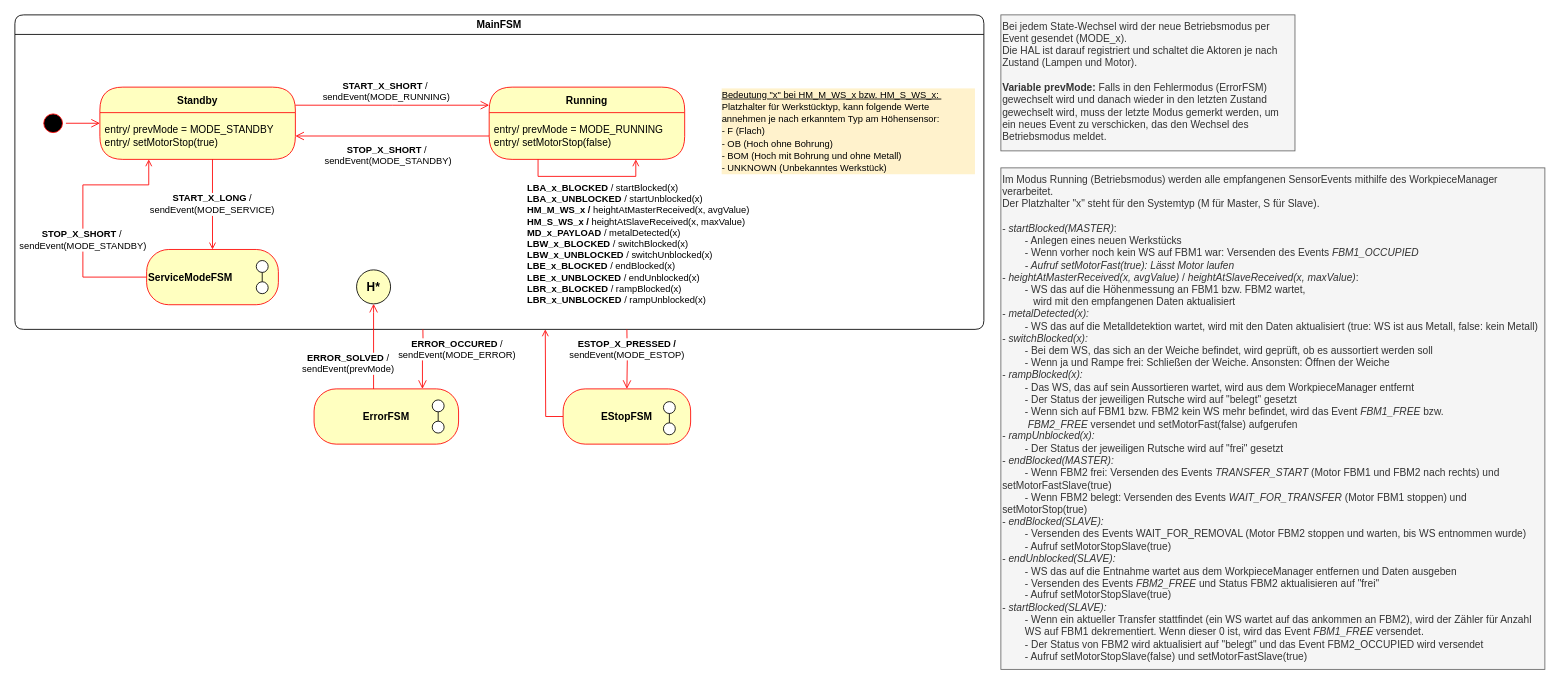
u2knwy/ESEP-2023SoSe-Team-2-1 keeps this draw.io diagram as page "main" (2 of 7) of docs/diagrams/fsm/state_machines.drawio. Above is the earlier version. Source tidied: cells renumbered, new cells numbered last; positions are measured from the earlier drawing's top-left corner, leaving out a move shared by most shapes. Both pictures are drawn from the tidied source at 85%, with x=0, y=0 at pixel (14, 14).
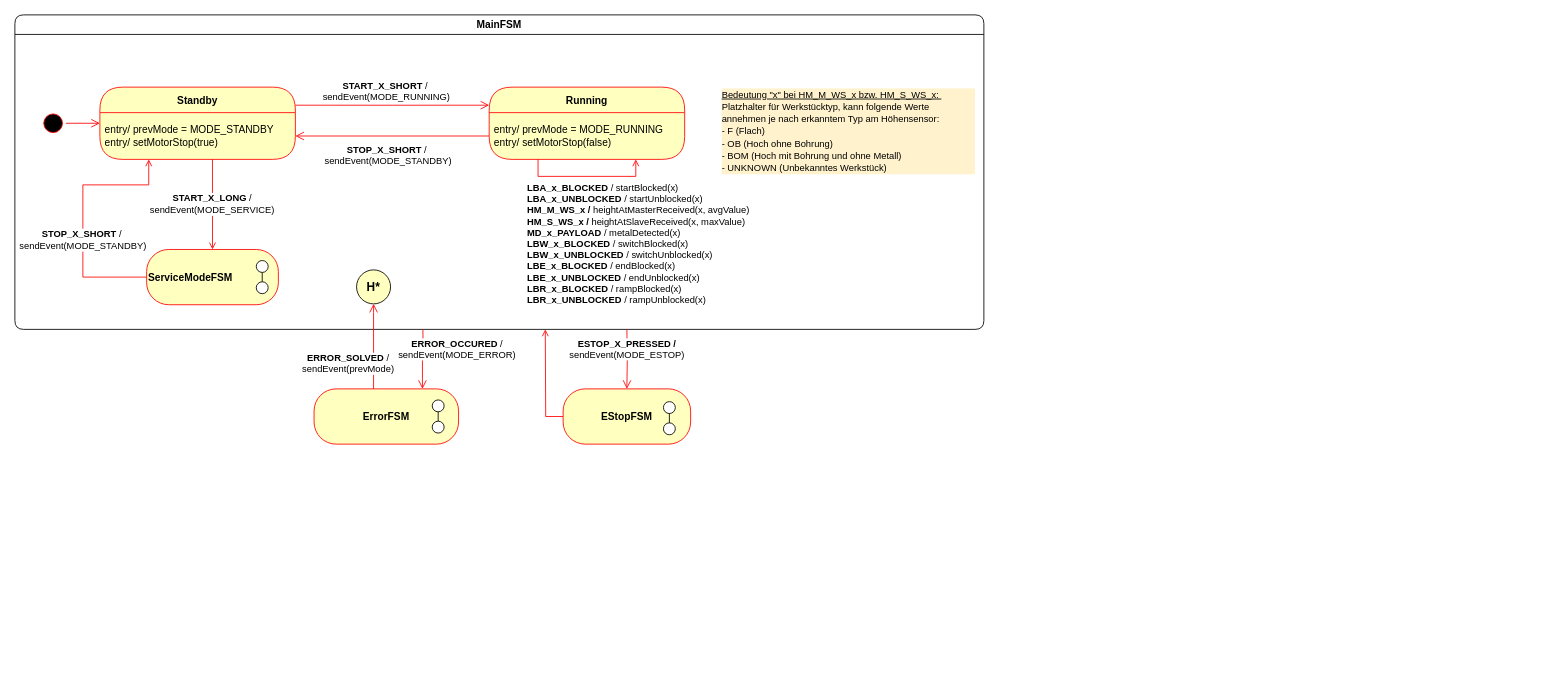
After the change.

The edit, as a diff of the source:
```diff
@@
-    <mxCell id="36" value="Bei jedem State-Wechsel wird der neue Betriebsmodus per Event gesendet (MODE_x).&lt;br&gt;Die HAL ist darauf registriert und schaltet die Aktoren je nach Zustand (Lampen und Motor).&lt;br&gt;&lt;br&gt;&lt;b&gt;Variable prevMode: &lt;/b&gt;Falls in den Fehlermodus (ErrorFSM) gewechselt wird und danach wieder in den letzten Zustand gewechselt wird, muss der letzte Modus gemerkt werden, um ein neues Event zu verschicken, das den Wechsel des Betriebsmodus meldet." style="text;html=1;strokeColor=#666666;fillColor=#f5f5f5;align=left;verticalAlign=top;whiteSpace=wrap;rounded=0;fontColor=#333333;" parent="1" vertex="1">
-      <mxGeometry x="1160" width="346" height="160" as="geometry" />
-    </mxCell>
-    <mxCell id="37" value="Im Modus Running (Betriebsmodus) werden alle empfangenen SensorEvents mithilfe des WorkpieceManager verarbeitet.&lt;br&gt;Der Platzhalter &quot;x&quot; steht für den Systemtyp (M für Master, S für Slave).&lt;br&gt;&lt;br&gt;- &lt;i&gt;startBlocked(MASTER)&lt;/i&gt;: &lt;br&gt;&lt;span style=&quot;white-space: pre;&quot;&gt;&#9;&lt;/span&gt;- Anlegen eines neuen Werkstücks&lt;br&gt;&lt;span style=&quot;white-space: pre;&quot;&gt;&#9;&lt;/span&gt;- Wenn vorher noch kein WS auf FBM1 war: Versenden des Events &lt;i&gt;FBM1_OCCUPIED&lt;br&gt;&lt;span style=&quot;white-space: pre;&quot;&gt;&#9;&lt;/span&gt;- Aufruf setMotorFast(true): Lässt Motor laufen&lt;br&gt;&lt;/i&gt;- &lt;i&gt;heightAtMasterReceived(x, avgValue)&lt;/i&gt; / &lt;i&gt;heightAtSlaveReceived(x, maxValue)&lt;/i&gt;:&lt;br&gt;&lt;span style=&quot;white-space: pre;&quot;&gt;&#9;&lt;/span&gt;- WS das auf die Höhenmessung an FBM1 bzw. FBM2 wartet, &lt;br&gt;&lt;span style=&quot;white-space: pre;&quot;&gt;&#9;&lt;/span&gt;&amp;nbsp; &amp;nbsp;wird mit den empfangenen Daten aktualisiert&lt;br&gt;- &lt;i&gt;metalDetected(x):&lt;/i&gt;&lt;br&gt;&lt;span style=&quot;white-space: pre;&quot;&gt;&#9;&lt;/span&gt;- WS das auf die Metalldetektion wartet, wird mit den Daten aktualisiert (true: WS ist aus Metall, false: kein Metall)&lt;br&gt;- &lt;i&gt;switchBlocked(x):&lt;/i&gt;&lt;br&gt;&lt;span style=&quot;white-space: pre;&quot;&gt;&#9;&lt;/span&gt;- Bei dem WS, das sich an der Weiche befindet, wird geprüft, ob es aussortiert werden soll&lt;br&gt;&lt;span style=&quot;white-space: pre;&quot;&gt;&#9;&lt;/span&gt;- Wenn ja und Rampe frei: Schließen der Weiche. Ansonsten: Öffnen der Weiche&lt;br&gt;- &lt;i&gt;rampBlocked(x):&lt;/i&gt;&lt;br&gt;&lt;span style=&quot;white-space: pre;&quot;&gt;&#9;&lt;/span&gt;- Das WS, das auf sein Aussortieren wartet, wird aus dem WorkpieceManager entfernt&lt;br&gt;&lt;span style=&quot;white-space: pre;&quot;&gt;&#9;&lt;/span&gt;- Der Status der jeweiligen Rutsche wird auf &quot;belegt&quot; gesetzt&lt;br&gt;&lt;span style=&quot;white-space: pre;&quot;&gt;&#9;&lt;/span&gt;- Wenn sich auf FBM1 bzw. FBM2 kein WS mehr befindet, wird das Event &lt;i&gt;FBM1_FREE &lt;/i&gt;bzw. &lt;span style=&quot;white-space: pre;&quot;&gt;&#9;&lt;/span&gt;&amp;nbsp;&lt;i&gt;FBM2_FREE&amp;nbsp;&lt;/i&gt;versendet und setMotorFast(false) aufgerufen&lt;br&gt;- &lt;i&gt;rampUnblocked(x):&lt;/i&gt;&lt;br&gt;&lt;span style=&quot;white-space: pre;&quot;&gt;&#9;&lt;/span&gt;- Der Status der jeweiligen Rutsche wird auf &quot;frei&quot; gesetzt&lt;br&gt;- &lt;i&gt;endBlocked(MASTER):&lt;/i&gt;&lt;br&gt;&lt;span style=&quot;white-space: pre;&quot;&gt;&#9;&lt;/span&gt;- Wenn FBM2 frei: Versenden des Events &lt;i&gt;TRANSFER_START &lt;/i&gt;(Motor FBM1 und FBM2 nach rechts) und setMotorFastSlave(true)&lt;br&gt;&lt;span style=&quot;white-space: pre;&quot;&gt;&#9;&lt;/span&gt;- Wenn FBM2 belegt: Versenden des Events &lt;i&gt;WAIT_FOR_TRANSFER &lt;/i&gt;(Motor FBM1 stoppen) und setMotorStop(true)&lt;br&gt;- &lt;i&gt;endBlocked(SLAVE):&lt;/i&gt;&lt;br&gt;&lt;span style=&quot;white-space: pre;&quot;&gt;&#9;&lt;/span&gt;- Versenden des Events WAIT_FOR_REMOVAL (Motor FBM2 stoppen und warten, bis WS entnommen wurde)&lt;br&gt;&lt;span style=&quot;white-space: pre;&quot;&gt;&#9;&lt;/span&gt;- Aufruf setMotorStopSlave(true)&lt;br&gt;- &lt;i&gt;endUnblocked(SLAVE):&lt;/i&gt;&lt;br&gt;&lt;span style=&quot;white-space: pre;&quot;&gt;&#9;&lt;/span&gt;- WS das auf die Entnahme wartet aus dem WorkpieceManager entfernen und Daten ausgeben&lt;br&gt;&lt;span style=&quot;white-space: pre;&quot;&gt;&#9;&lt;/span&gt;- Versenden des Events &lt;i&gt;FBM2_FREE&lt;/i&gt; und Status FBM2 aktualisieren auf &quot;frei&quot;&lt;br&gt;&lt;span style=&quot;white-space: pre;&quot;&gt;&#9;&lt;/span&gt;- Aufruf setMotorStopSlave(true)&lt;br&gt;- &lt;i&gt;startBlocked(SLAVE):&lt;/i&gt;&lt;br&gt;&lt;span style=&quot;white-space: pre;&quot;&gt;&#9;&lt;/span&gt;- Wenn ein aktueller Transfer stattfindet (ein WS wartet auf das ankommen an FBM2), wird der Zähler für Anzahl &lt;span style=&quot;white-space: pre;&quot;&gt;&#9;&lt;/span&gt;WS auf FBM1 dekrementiert. Wenn dieser 0 ist, wird das Event &lt;i&gt;FBM1_FREE&lt;/i&gt; versendet.&lt;br&gt;&lt;span style=&quot;white-space: pre;&quot;&gt;&#9;&lt;/span&gt;- Der Status von FBM2 wird aktualisiert auf &quot;belegt&quot; und das Event FBM2_OCCUPIED wird versendet&lt;br&gt;&lt;span style=&quot;white-space: pre;&quot;&gt;&#9;&lt;/span&gt;- Aufruf setMotorStopSlave(false) und setMotorFastSlave(true)" style="text;html=1;strokeColor=#666666;fillColor=#f5f5f5;align=left;verticalAlign=top;whiteSpace=wrap;rounded=0;fontColor=#333333;" parent="1" vertex="1">
-      <mxGeometry x="1160" y="180" width="640" height="590" as="geometry" />
-    </mxCell>
```
